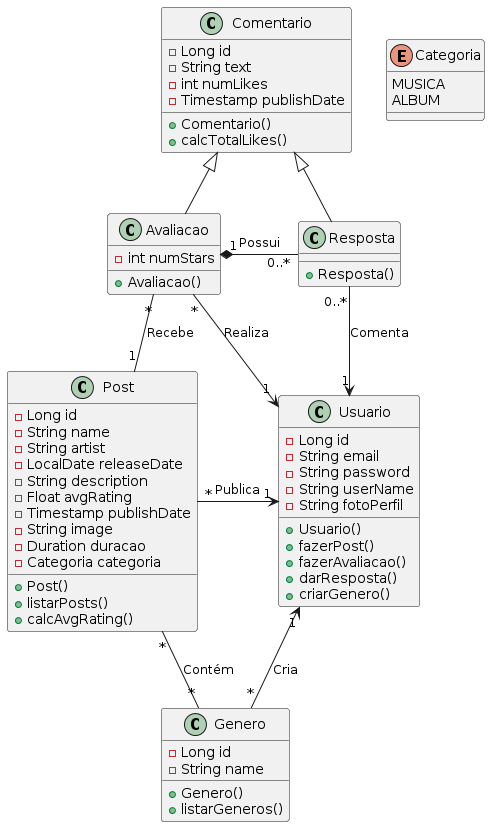
thcastilho/devweb keeps this PlantUML diagram as uml.png. Above is the earlier version.
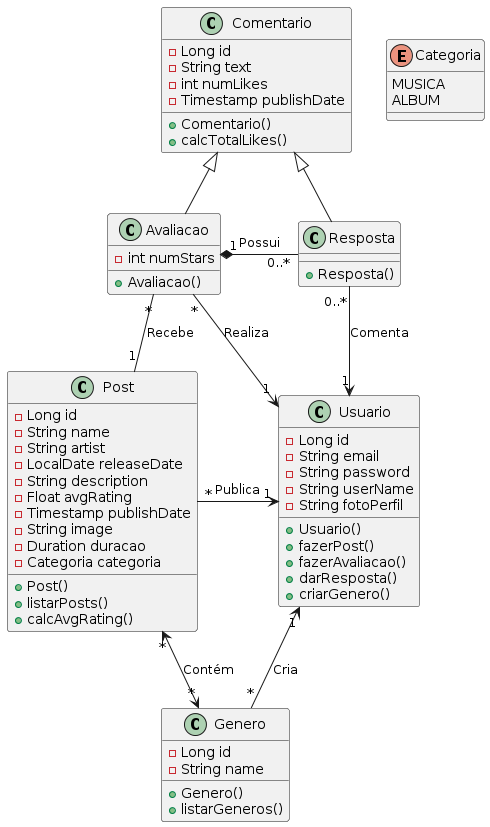
Above is the later version.

Diff of the diagram source:
```diff
@@ -64,7 +64,7 @@
 Usuario "1" <-- "*" Genero : Cria
 
 Post "1" -up- "*" Avaliacao : Recebe
-Post "*" -- "*" Genero : Contém
+Post "*" <--> "*" Genero : Contém
 
 Comentario <|-down- Avaliacao
 Comentario <|-down- Resposta
```
